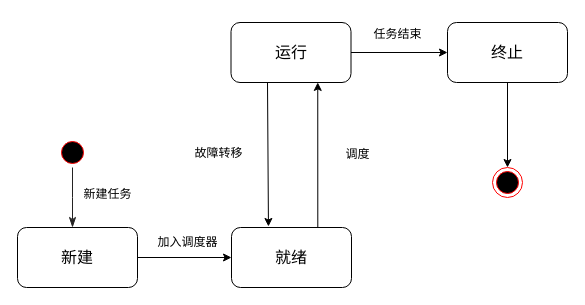
Before: 任务状态图.drawio in tianshengdiwangK/common, a draw.io diagram. Source tidied: cells renumbered, new cells numbered last; positions are measured from the earlier drawing's top-left corner, leaving out a move shared by most shapes. Both pictures are drawn from the tidied source at 100%, with x=0, y=0 at pixel (17, 17).
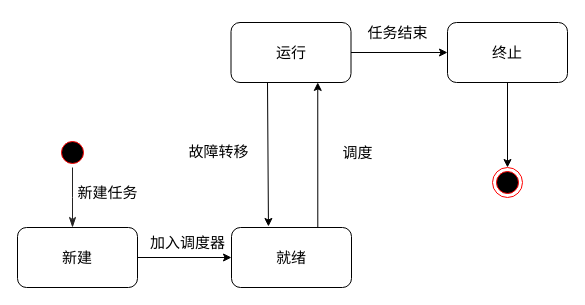
After the change.

Commit message:
更新任务状态图.drawio

Unchanged cells that the change refers to:
```xml
<mxCell id="2" style="edgeStyle=orthogonalEdgeStyle;rounded=0;jettySize=auto;html=1;entryX=0.308;entryY=-0.017;entryDx=0;entryDy=0;entryPerimeter=0;" parent="1" edge="1" target="7">
  <mxGeometry relative="1" as="geometry">
    <mxPoint x="250" y="65" as="sourcePoint" />
    <Array as="points">
      <mxPoint x="250" y="209" />
    </Array>
  </mxGeometry>
</mxCell>
```

The edit, as a diff of the source:
```diff
@@
-    <mxCell id="3" value="&lt;font style=&quot;font-size: 12px;&quot;&gt;故障转移&lt;/font&gt;" style="edgeLabel;html=1;align=center;verticalAlign=middle;fontSize=15;" parent="2" vertex="1">
+    <mxCell id="3" value="&lt;font style=&quot;font-size: 15px;&quot;&gt;故障转移&lt;/font&gt;" style="edgeLabel;html=1;align=center;verticalAlign=middle;fontSize=15;" parent="2" vertex="1">
       <mxGeometry x="0.14" relative="1" as="geometry">
         <mxPoint x="-50" y="-13" as="offset" />
       </mxGeometry>
     </mxCell>
@@
-    <mxCell id="5" value="&lt;font style=&quot;font-size: 16px;&quot;&gt;运行&lt;/font&gt;" style="rounded=1;whiteSpace=wrap;html=1;" parent="1" vertex="1">
+    <mxCell id="5" value="&lt;font style=&quot;font-size: 15px;&quot;&gt;运行&lt;/font&gt;" style="rounded=1;whiteSpace=wrap;html=1;" parent="1" vertex="1">
       <mxGeometry x="213.5" y="5" width="120" height="60" as="geometry" />
     </mxCell>
@@
-    <mxCell id="7" value="&lt;font style=&quot;font-size: 16px;&quot;&gt;就绪&lt;/font&gt;" style="rounded=1;whiteSpace=wrap;html=1;" parent="1" vertex="1">
+    <mxCell id="7" value="&lt;font style=&quot;font-size: 15px;&quot;&gt;就绪&lt;/font&gt;" style="rounded=1;whiteSpace=wrap;html=1;" parent="1" vertex="1">
       <mxGeometry x="214" y="210" width="120" height="60" as="geometry" />
     </mxCell>
@@
-    <mxCell id="9" value="&lt;font style=&quot;font-size: 16px;&quot;&gt;终止&lt;/font&gt;" style="rounded=1;whiteSpace=wrap;html=1;" parent="1" vertex="1">
+    <mxCell id="9" value="&lt;font style=&quot;font-size: 15px;&quot;&gt;终止&lt;/font&gt;" style="rounded=1;whiteSpace=wrap;html=1;" parent="1" vertex="1">
       <mxGeometry x="430" y="5" width="120" height="60" as="geometry" />
     </mxCell>
@@
-    <mxCell id="11" value="&lt;font style=&quot;font-size: 16px;&quot;&gt;新建&lt;/font&gt;" style="rounded=1;whiteSpace=wrap;html=1;" parent="1" vertex="1">
+    <mxCell id="11" value="&lt;font style=&quot;font-size: 15px;&quot;&gt;新建&lt;/font&gt;" style="rounded=1;whiteSpace=wrap;html=1;" parent="1" vertex="1">
       <mxGeometry y="210" width="120" height="60" as="geometry" />
     </mxCell>
-    <mxCell id="12" value="&lt;font style=&quot;font-size: 12px;&quot;&gt;调度&lt;/font&gt;" style="text;html=1;align=center;verticalAlign=middle;strokeColor=none;fillColor=none;fontSize=15;" parent="1" vertex="1">
+    <mxCell id="12" value="&lt;font style=&quot;font-size: 15px;&quot;&gt;调度&lt;/font&gt;" style="text;html=1;align=center;verticalAlign=middle;strokeColor=none;fillColor=none;fontSize=15;" parent="1" vertex="1">
       <mxGeometry x="315" y="120" width="50" height="30" as="geometry" />
     </mxCell>
-    <mxCell id="13" value="&lt;font style=&quot;font-size: 12px;&quot;&gt;任务结束&lt;/font&gt;" style="text;html=1;align=center;verticalAlign=middle;strokeColor=none;fillColor=none;fontSize=15;" parent="1" vertex="1">
-      <mxGeometry x="345" width="70" height="30" as="geometry" />
+    <mxCell id="13" value="&lt;font style=&quot;font-size: 15px;&quot;&gt;任务结束&lt;/font&gt;" style="text;html=1;align=center;verticalAlign=middle;strokeColor=none;fillColor=none;fontSize=15;" parent="1" vertex="1">
+      <mxGeometry x="340" width="80" height="30" as="geometry" />
     </mxCell>
-    <mxCell id="14" value="&lt;font style=&quot;font-size: 12px;&quot;&gt;新建任务&lt;/font&gt;" style="text;html=1;align=center;verticalAlign=middle;strokeColor=none;fillColor=none;fontSize=15;" parent="1" vertex="1">
-      <mxGeometry x="55" y="160" width="70" height="30" as="geometry" />
+    <mxCell id="14" value="&lt;font style=&quot;font-size: 15px;&quot;&gt;新建任务&lt;/font&gt;" style="text;html=1;align=center;verticalAlign=middle;strokeColor=none;fillColor=none;fontSize=15;" parent="1" vertex="1">
+      <mxGeometry x="50" y="160" width="80" height="30" as="geometry" />
     </mxCell>
@@
-    <mxCell id="18" value="&lt;font style=&quot;font-size: 12px;&quot;&gt;加入调度器&lt;/font&gt;" style="text;html=1;align=center;verticalAlign=middle;strokeColor=none;fillColor=none;" parent="1" vertex="1">
-      <mxGeometry x="130" y="210" width="80" height="30" as="geometry" />
+    <mxCell id="18" value="&lt;font style=&quot;font-size: 15px;&quot;&gt;加入调度器&lt;/font&gt;" style="text;html=1;align=center;verticalAlign=middle;strokeColor=none;fillColor=none;" parent="1" vertex="1">
+      <mxGeometry x="120" y="210" width="100" height="30" as="geometry" />
     </mxCell>
```
